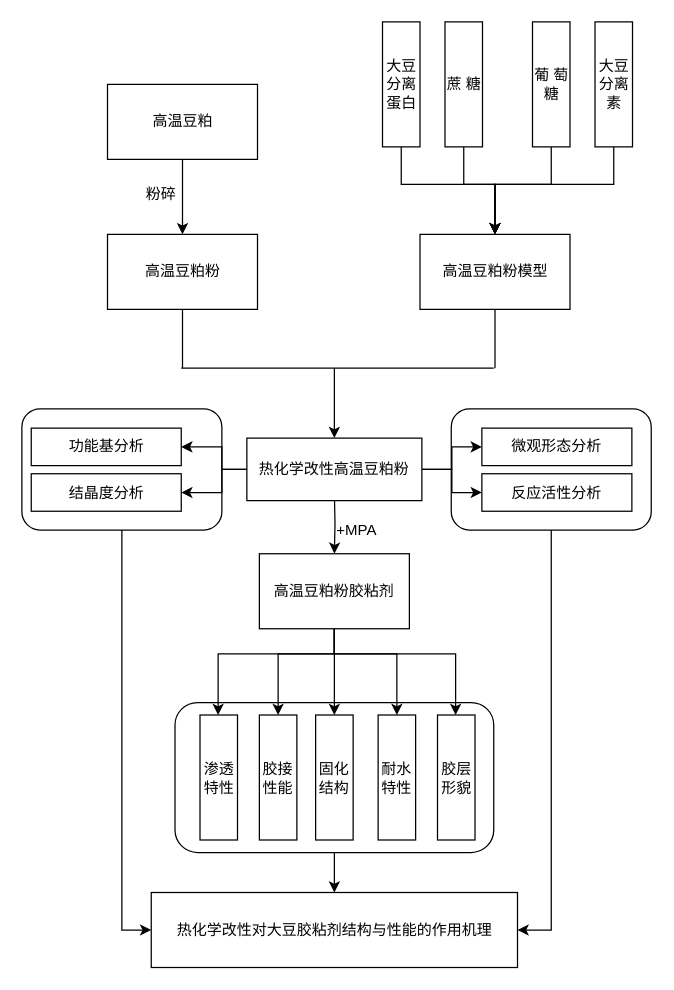
Above: 20191022.drawio in zgzcir/draw.io (draw.io), before the change. Source tidied: cells renumbered, new cells numbered last; positions are measured from the earlier drawing's top-left corner, leaving out a move shared by most shapes. Both pictures are drawn from the tidied source at 125%, with x=0, y=0 at pixel (21, 21).
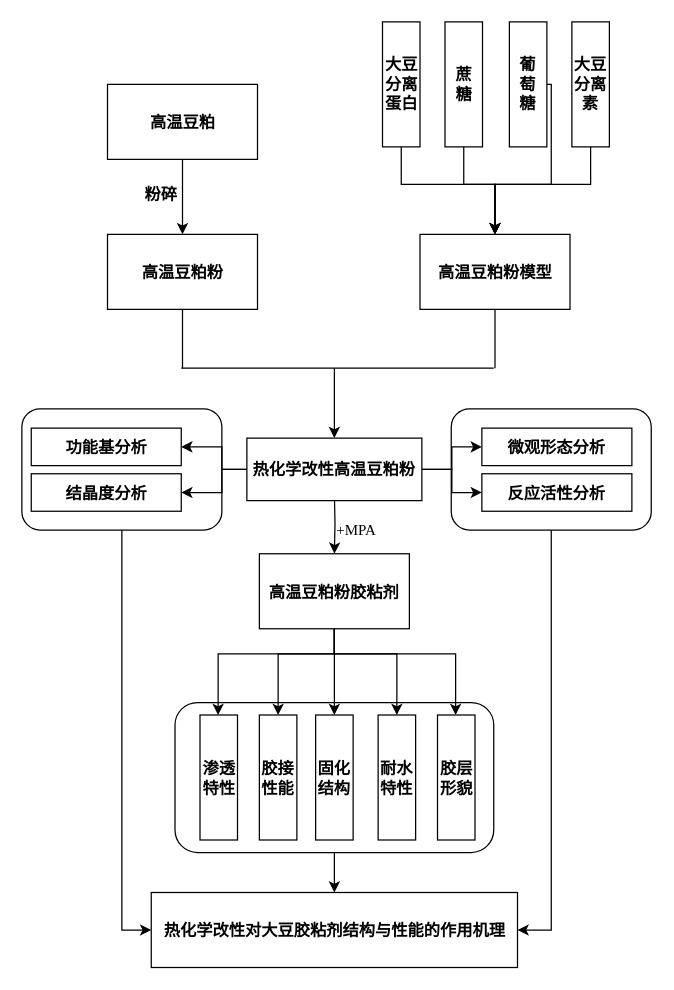
The same page after the edit.

Unchanged cells that the change refers to:
```xml
<mxCell id="44" style="edgeStyle=orthogonalEdgeStyle;rounded=0;jettySize=auto;html=1;entryX=0.5;entryY=0;entryDx=0;entryDy=0;" parent="1" edge="1" source="46" target="9">
  <mxGeometry relative="1" as="geometry" />
</mxCell>
```

Change to the diagram source:
```diff
@@
-    <mxCell id="7" style="rounded=1;whiteSpace=wrap;html=1;" parent="1" vertex="1">
+    <mxCell id="7" style="rounded=1;whiteSpace=wrap;html=1;fontFamily=宋体;" parent="1" vertex="1">
       <mxGeometry x="122.5" y="544.5" width="255" height="120" as="geometry" />
     </mxCell>
@@
-    <mxCell id="9" value="高温豆粕粉" style="rounded=0;whiteSpace=wrap;html=1;" parent="1" vertex="1">
+    <mxCell id="9" value="高温豆粕粉" style="rounded=0;whiteSpace=wrap;html=1;fontStyle=1;fontSize=13;fontFamily=宋体;" parent="1" vertex="1">
       <mxGeometry x="68.5" y="170" width="120" height="60" as="geometry" />
     </mxCell>
-    <mxCell id="10" value="高温豆粕粉模型" style="rounded=0;whiteSpace=wrap;html=1;" parent="1" vertex="1">
+    <mxCell id="10" value="高温豆粕粉模型" style="rounded=0;whiteSpace=wrap;html=1;fontStyle=1;fontSize=13;fontFamily=宋体;" parent="1" vertex="1">
       <mxGeometry x="318.5" y="170" width="120" height="60" as="geometry" />
     </mxCell>
@@
-    <mxCell id="12" value="大豆分离蛋白" style="rounded=0;whiteSpace=wrap;html=1;" parent="1" vertex="1">
+    <mxCell id="12" value="大豆分离蛋白" style="rounded=0;whiteSpace=wrap;html=1;fontStyle=1;fontSize=13;fontFamily=宋体;" parent="1" vertex="1">
       <mxGeometry x="288.5" width="30" height="100" as="geometry" />
     </mxCell>
@@
-    <mxCell id="14" value="蔗 糖" style="rounded=0;whiteSpace=wrap;html=1;" parent="1" vertex="1">
+    <mxCell id="14" value="蔗 糖" style="rounded=0;whiteSpace=wrap;html=1;fontStyle=1;fontSize=13;fontFamily=宋体;" parent="1" vertex="1">
       <mxGeometry x="338.5" width="30" height="100" as="geometry" />
     </mxCell>
@@
-    <mxCell id="16" value="葡 萄 糖" style="rounded=0;whiteSpace=wrap;html=1;glass=0;gradientColor=none;horizontal=1;" parent="1" vertex="1">
-      <mxGeometry x="408.5" width="30" height="100" as="geometry" />
+    <mxCell id="16" value="葡 萄 糖" style="rounded=0;whiteSpace=wrap;html=1;glass=0;gradientColor=none;horizontal=1;fontStyle=1;fontSize=13;fontFamily=宋体;" parent="1" vertex="1">
+      <mxGeometry x="390" width="30" height="100" as="geometry" />
     </mxCell>
     <mxCell id="17" style="edgeStyle=orthogonalEdgeStyle;rounded=0;jettySize=auto;html=1;entryX=0.5;entryY=0;entryDx=0;entryDy=0;" parent="1" edge="1" source="18" target="10">
       <mxGeometry relative="1" as="geometry">
         <Array as="points">
-          <mxPoint x="473.5" y="130" />
-          <mxPoint x="378.5" y="130" />
+          <mxPoint x="455" y="130" />
+          <mxPoint x="379" y="130" />
         </Array>
       </mxGeometry>
     </mxCell>
-    <mxCell id="18" value="大豆分离素" style="rounded=0;whiteSpace=wrap;html=1;" parent="1" vertex="1">
-      <mxGeometry x="458.5" width="30" height="100" as="geometry" />
+    <mxCell id="18" value="大豆分离素" style="rounded=0;whiteSpace=wrap;html=1;fontStyle=1;fontSize=13;fontFamily=宋体;" parent="1" vertex="1">
+      <mxGeometry x="440" width="30" height="100" as="geometry" />
     </mxCell>
@@
-    <mxCell id="23" value="热化学改性高温豆粕粉" style="rounded=0;whiteSpace=wrap;html=1;" parent="1" vertex="1">
+    <mxCell id="23" value="热化学改性高温豆粕粉" style="rounded=0;whiteSpace=wrap;html=1;fontFamily=宋体;fontStyle=1;fontSize=13;" parent="1" vertex="1">
       <mxGeometry x="180" y="333" width="140" height="50" as="geometry" />
     </mxCell>
@@
-    <mxCell id="32" value="高温豆粕粉胶粘剂" style="rounded=0;whiteSpace=wrap;html=1;" parent="1" vertex="1">
+    <mxCell id="32" value="高温豆粕粉胶粘剂" style="rounded=0;whiteSpace=wrap;html=1;fontFamily=宋体;fontStyle=1;fontSize=13;" parent="1" vertex="1">
       <mxGeometry x="190" y="425.5" width="120" height="60" as="geometry" />
     </mxCell>
-    <mxCell id="33" value="+MPA" style="text;html=1;align=left;verticalAlign=top;spacingTop=-4;" parent="1" vertex="1">
+    <mxCell id="33" value="+MPA" style="text;html=1;align=left;verticalAlign=top;spacingTop=-4;fontFamily=Times New Roman;" parent="1" vertex="1">
       <mxGeometry x="250" y="396.5" width="50" height="20" as="geometry" />
     </mxCell>
-    <mxCell id="34" value="渗透特性" style="rounded=0;whiteSpace=wrap;html=1;" parent="1" vertex="1">
+    <mxCell id="34" value="渗透特性" style="rounded=0;whiteSpace=wrap;html=1;fontStyle=1;fontSize=13;fontFamily=宋体;" parent="1" vertex="1">
       <mxGeometry x="142.5" y="554.5" width="30" height="100" as="geometry" />
     </mxCell>
-    <mxCell id="35" value="胶接性能" style="rounded=0;whiteSpace=wrap;html=1;" parent="1" vertex="1">
+    <mxCell id="35" value="胶接性能" style="rounded=0;whiteSpace=wrap;html=1;fontStyle=1;fontSize=13;fontFamily=宋体;" parent="1" vertex="1">
       <mxGeometry x="190" y="554.5" width="30" height="100" as="geometry" />
     </mxCell>
-    <mxCell id="36" value="固化结构" style="rounded=0;whiteSpace=wrap;html=1;" parent="1" vertex="1">
+    <mxCell id="36" value="固化结构" style="rounded=0;whiteSpace=wrap;html=1;fontStyle=1;fontSize=13;fontFamily=宋体;" parent="1" vertex="1">
       <mxGeometry x="235" y="554.5" width="30" height="100" as="geometry" />
     </mxCell>
-    <mxCell id="37" value="耐水特性" style="rounded=0;whiteSpace=wrap;html=1;" parent="1" vertex="1">
+    <mxCell id="37" value="耐水特性" style="rounded=0;whiteSpace=wrap;html=1;fontStyle=1;fontSize=13;fontFamily=宋体;" parent="1" vertex="1">
       <mxGeometry x="285" y="554.5" width="30" height="100" as="geometry" />
     </mxCell>
-    <mxCell id="38" value="胶层形貌" style="rounded=0;whiteSpace=wrap;html=1;" parent="1" vertex="1">
+    <mxCell id="38" value="胶层形貌" style="rounded=0;whiteSpace=wrap;html=1;fontStyle=1;fontSize=13;fontFamily=宋体;" parent="1" vertex="1">
       <mxGeometry x="332.5" y="554.5" width="30" height="100" as="geometry" />
     </mxCell>
-    <mxCell id="39" value="功能基分析" style="rounded=0;whiteSpace=wrap;html=1;" parent="1" vertex="1">
+    <mxCell id="39" value="功能基分析" style="rounded=0;whiteSpace=wrap;html=1;fontFamily=宋体;fontStyle=1;fontSize=13;" parent="1" vertex="1">
       <mxGeometry x="7.5" y="325" width="120" height="30" as="geometry" />
     </mxCell>
-    <mxCell id="40" value="反应活性分析" style="rounded=0;whiteSpace=wrap;html=1;" parent="1" vertex="1">
+    <mxCell id="40" value="&lt;font face=&quot;宋体&quot; style=&quot;font-size: 13px;&quot;&gt;反应活性分析&lt;/font&gt;" style="rounded=0;whiteSpace=wrap;html=1;fontStyle=1;fontSize=13;" parent="1" vertex="1">
       <mxGeometry x="368" y="361.5" width="120" height="30" as="geometry" />
     </mxCell>
-    <mxCell id="41" value="结晶度分析" style="rounded=0;whiteSpace=wrap;html=1;" parent="1" vertex="1">
+    <mxCell id="41" value="结晶度分析" style="rounded=0;whiteSpace=wrap;html=1;fontFamily=宋体;fontStyle=1;fontSize=13;" parent="1" vertex="1">
       <mxGeometry x="7.5" y="361.5" width="120" height="30" as="geometry" />
     </mxCell>
-    <mxCell id="42" value="微观形态分析" style="rounded=0;whiteSpace=wrap;html=1;" parent="1" vertex="1">
+    <mxCell id="42" value="微观形态分析" style="rounded=0;whiteSpace=wrap;html=1;fontFamily=宋体;fontStyle=1;fontSize=13;" parent="1" vertex="1">
       <mxGeometry x="368" y="325" width="120" height="30" as="geometry" />
     </mxCell>
-    <mxCell id="43" value="热化学改性对大豆胶粘剂结构与性能的作用机理" style="rounded=0;whiteSpace=wrap;html=1;" parent="1" vertex="1">
+    <mxCell id="43" value="热化学改性对大豆胶粘剂结构与性能的作用机理" style="rounded=0;whiteSpace=wrap;html=1;fontStyle=1;fontSize=13;fontFamily=宋体;" parent="1" vertex="1">
       <mxGeometry x="103.5" y="696.5" width="293" height="60" as="geometry" />
     </mxCell>
@@
-    <mxCell id="45" value="粉碎" style="text;html=1;align=center;verticalAlign=middle;labelBackgroundColor=#ffffff;" parent="44" vertex="1">
+    <mxCell id="45" value="粉碎" style="text;html=1;align=center;verticalAlign=middle;labelBackgroundColor=#ffffff;fontStyle=1;fontSize=13;fontFamily=宋体;" parent="44" vertex="1">
       <mxGeometry y="7" relative="1" as="geometry">
         <mxPoint x="-25.5" y="-3" as="offset" />
       </mxGeometry>
     </mxCell>
-    <mxCell id="46" value="高温豆粕" style="rounded=0;whiteSpace=wrap;html=1;" parent="1" vertex="1">
+    <mxCell id="46" value="高温豆粕" style="rounded=0;whiteSpace=wrap;html=1;fontStyle=1;fontSize=13;fontFamily=宋体;" parent="1" vertex="1">
       <mxGeometry x="68.5" y="50" width="120" height="60" as="geometry" />
     </mxCell>
```
